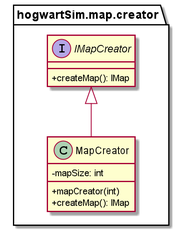
bauerkamil/hogwartSim keeps this PlantUML diagram as diagrams/class-mapCreator.png. Above is the earlier version.
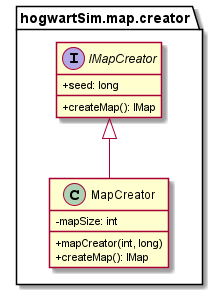
The same file after the commit.

What changed in the source:
```diff
@@ -5,11 +5,12 @@
 package hogwartSim.map.creator{
     interface IMapCreator{
         +createMap(): IMap
+        +seed: long
     }
     class MapCreator{
         -mapSize: int
 
-    +mapCreator(int)
+    +mapCreator(int, long)
     +createMap(): IMap
     }
 IMapCreator <|-- MapCreator
```
